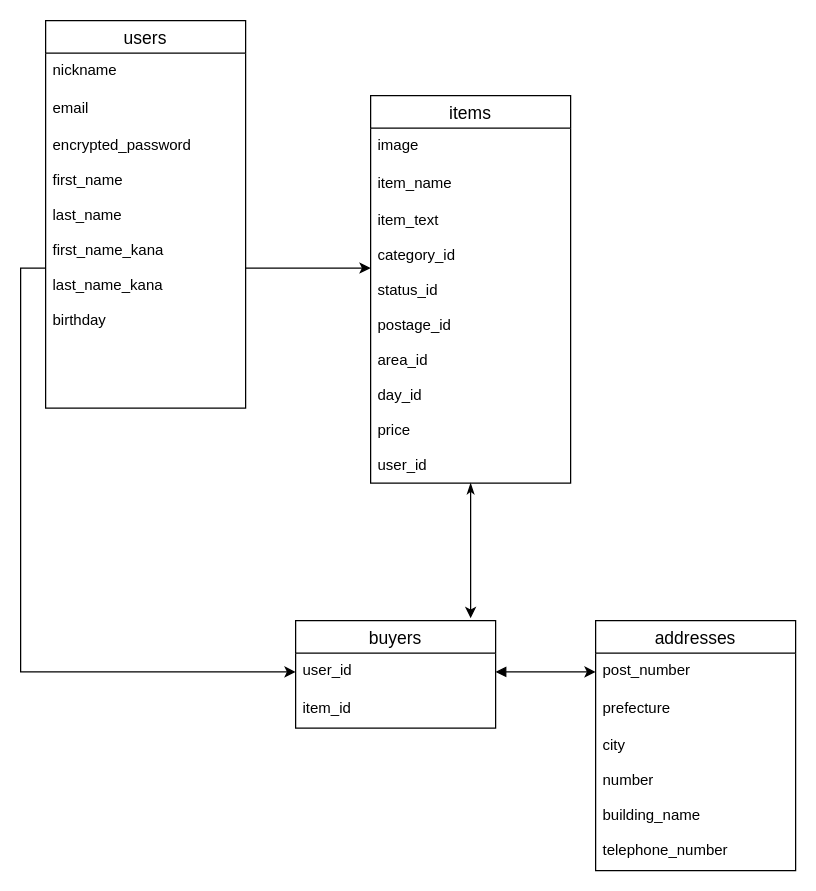
Before: ER.dio in iwamottyan/furima-35510, a draw.io diagram. Source tidied: cells renumbered, new cells numbered last; positions are measured from the earlier drawing's top-left corner, leaving out a move shared by most shapes. Both pictures are drawn from the tidied source at 125%, with x=0, y=0 at pixel (20, 20).
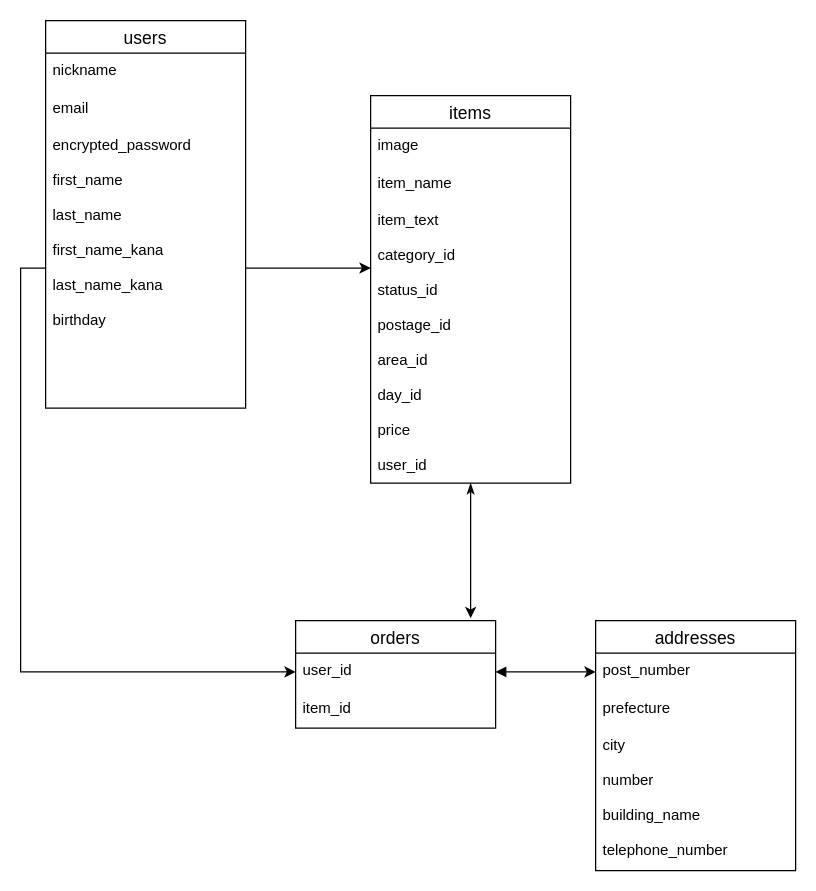
After the change.

Change to the diagram source:
```diff
@@
-    <mxCell id="11" value="buyers" style="swimlane;fontStyle=0;horizontal=1;startSize=26;align=center;fontSize=14;" parent="1" vertex="1">
+    <mxCell id="11" value="orders" style="swimlane;fontStyle=0;horizontal=1;startSize=26;align=center;fontSize=14;" parent="1" vertex="1">
       <mxGeometry x="220" y="480" width="160" height="86" as="geometry" />
     </mxCell>
```
